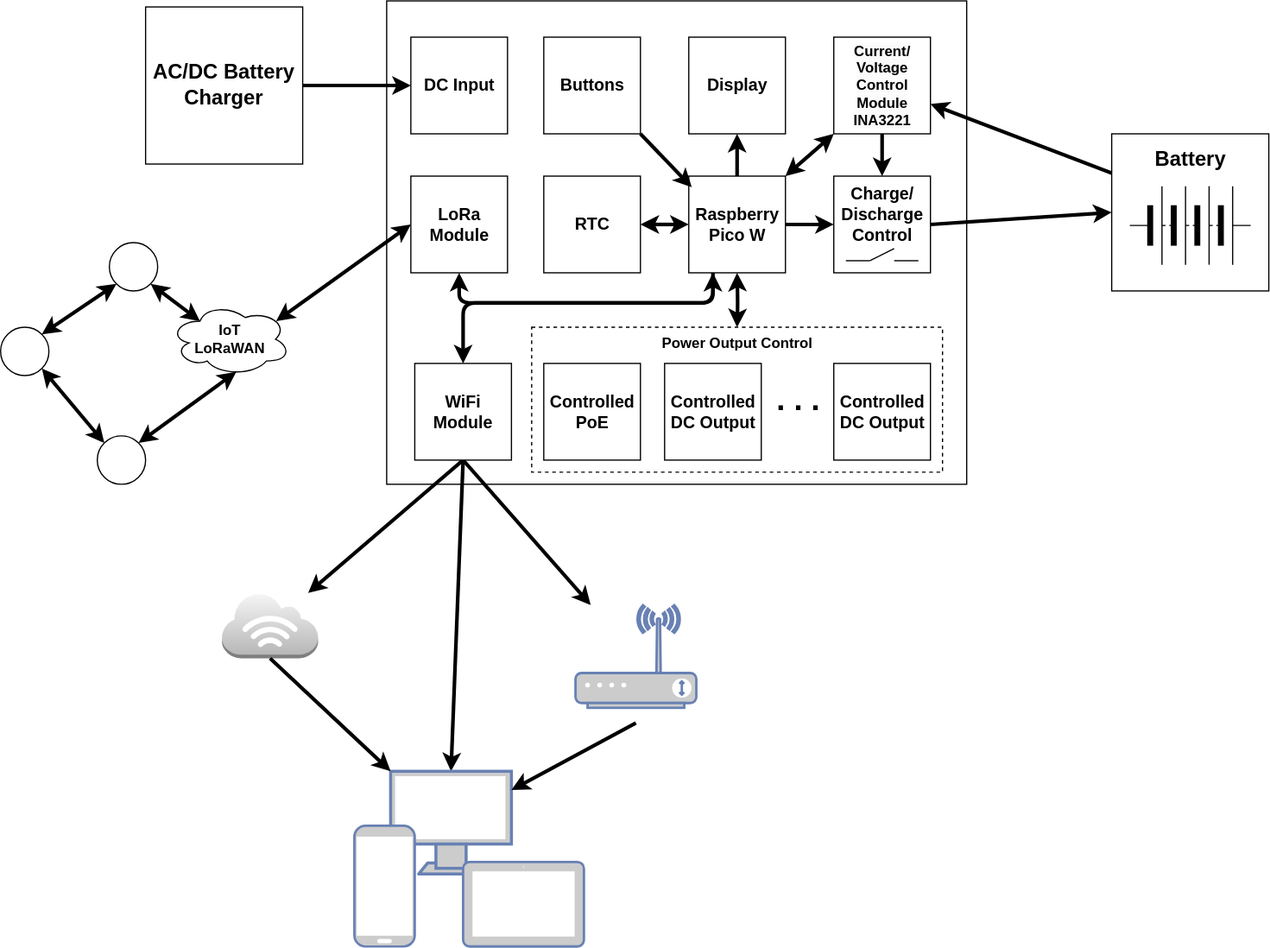
Before: docs/Idea.drawio.svg, a diagram exported from draw.io (kdimonych/lead_barry). Source tidied: cells renumbered, new cells last; positions are measured from the earlier drawing's top-left corner, leaving out a move shared by most shapes.
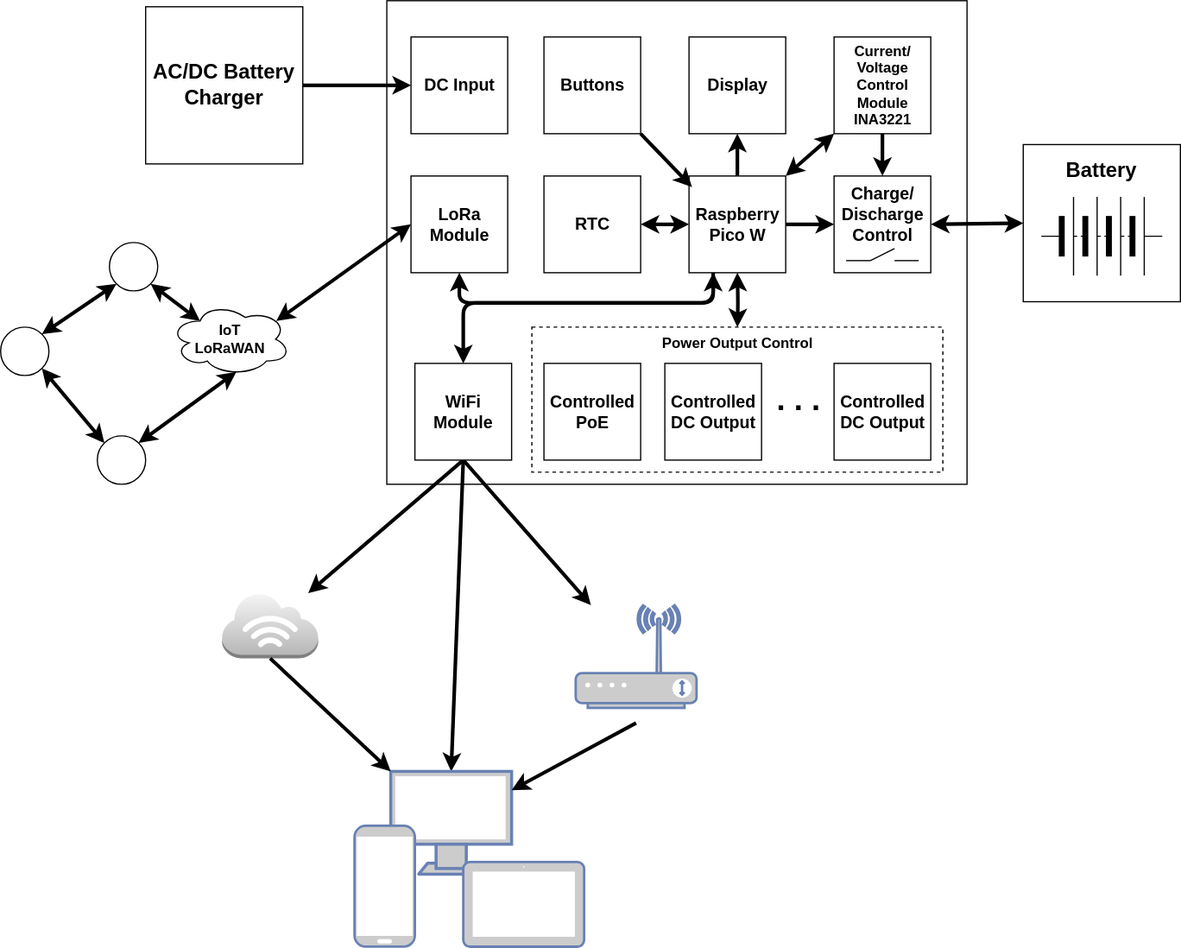
After the change.

Commit message:
fix: fixed links and description of diagrams

Diff of the diagram source:
```diff
@@ -6,7 +6,7 @@
       <mxGeometry x="319.5" width="480" height="400" as="geometry" />
     </mxCell>
     <mxCell id="3" style="group;" parent="1" vertex="1">
-      <mxGeometry x="919.5" y="110" width="130" height="130" as="geometry" />
+      <mxGeometry x="846" y="119" width="130" height="130" as="geometry" />
     </mxCell>
     <mxCell id="4" style="rounded=0;whiteSpace=wrap;html=1;" parent="3" vertex="1">
       <mxGeometry width="130" height="130" as="geometry" />
@@ -148,12 +148,9 @@
     <mxCell id="43" value=". . ." style="text;strokeColor=none;fillColor=none;html=1;fontSize=26;fontStyle=1;verticalAlign=middle;align=center;fontFamily=Helvetica;fontColor=default;labelBackgroundColor=default;" parent="1" vertex="1">
       <mxGeometry x="629.5" y="310" width="60" height="40" as="geometry" />
     </mxCell>
-    <mxCell id="44" style="edgeStyle=none;shape=connector;rounded=1;html=1;exitX=1;exitY=0.5;exitDx=0;exitDy=0;entryX=0;entryY=0.5;entryDx=0;entryDy=0;strokeColor=default;strokeWidth=3;align=center;verticalAlign=middle;fontFamily=Helvetica;fontSize=11;fontColor=default;labelBackgroundColor=default;endArrow=classic;" parent="1" edge="1" source="14" target="4">
+    <mxCell id="44" style="edgeStyle=none;shape=connector;rounded=1;html=1;exitX=1;exitY=0.5;exitDx=0;exitDy=0;entryX=0;entryY=0.5;entryDx=0;entryDy=0;strokeColor=default;strokeWidth=3;align=center;verticalAlign=middle;fontFamily=Helvetica;fontSize=11;fontColor=default;labelBackgroundColor=default;endArrow=classic;startArrow=classic;startFill=1;" parent="1" edge="1" source="14" target="4">
       <mxGeometry relative="1" as="geometry" />
     </mxCell>
-    <mxCell id="45" style="edgeStyle=none;shape=connector;rounded=1;html=1;exitX=0;exitY=0.75;exitDx=0;exitDy=0;strokeColor=default;strokeWidth=3;align=center;verticalAlign=middle;fontFamily=Helvetica;fontSize=11;fontColor=default;labelBackgroundColor=default;endArrow=classic;" parent="1" edge="1" source="6" target="12">
-      <mxGeometry relative="1" as="geometry" />
-    </mxCell>
     <mxCell id="46" style="edgeStyle=none;shape=connector;rounded=1;html=1;entryX=0.5;entryY=0;entryDx=0;entryDy=0;strokeColor=default;strokeWidth=3;align=center;verticalAlign=middle;fontFamily=Helvetica;fontSize=11;fontColor=default;labelBackgroundColor=default;endArrow=classic;exitX=0.5;exitY=1;exitDx=0;exitDy=0;startArrow=classic;startFill=1;" parent="1" edge="1" source="27" target="39">
       <mxGeometry relative="1" as="geometry">
         <Array as="points">
```
